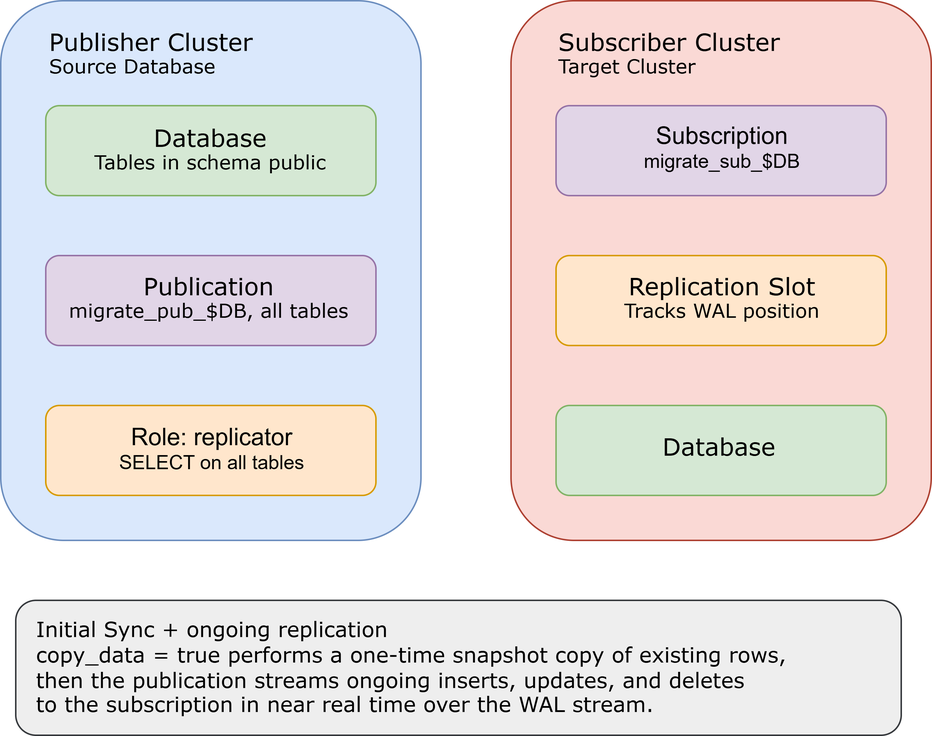
Before: images/wal-replication.png, a diagram exported from draw.io (NavsagardeepS/postgresql-wal-replication). Source tidied: cells renumbered, new cells last; positions are measured from the earlier drawing's top-left corner, leaving out a move shared by most shapes.
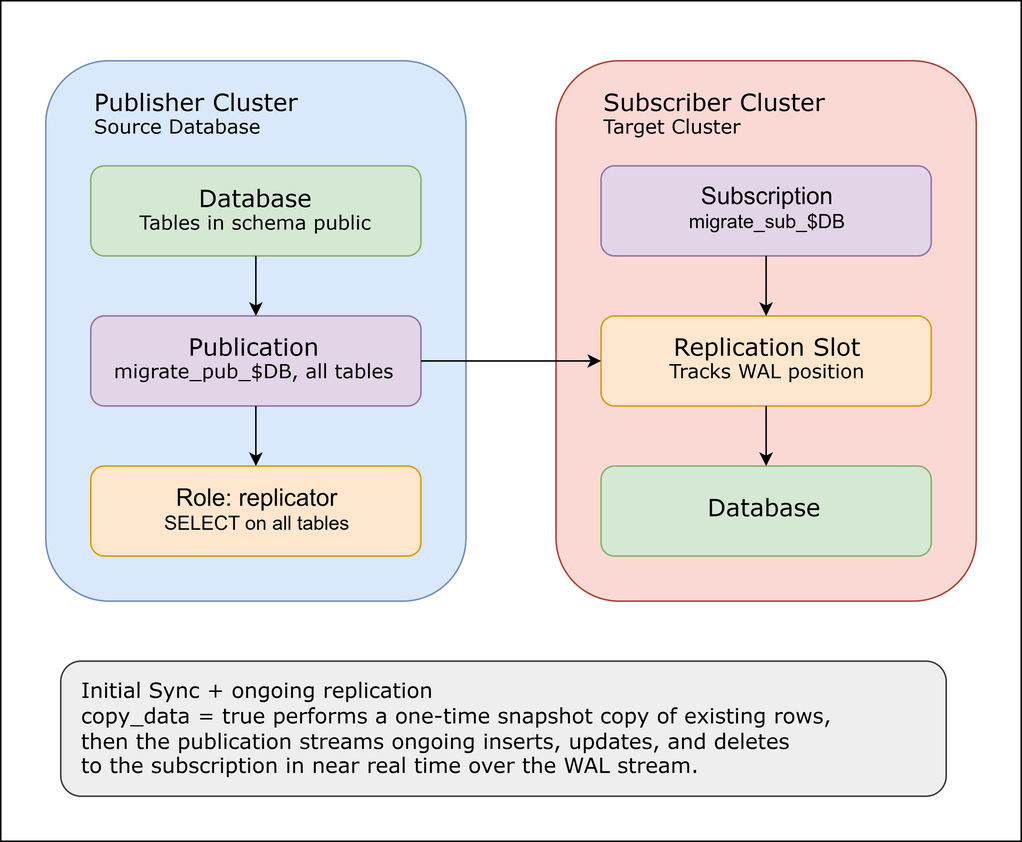
After the commit.

Change to the diagram source:
```diff
@@ -2,6 +2,9 @@
   <root>
     <mxCell id="0" />
     <mxCell id="1" parent="0" />
+    <mxCell id="20" style="rounded=0;whiteSpace=wrap;html=1;" parent="1" vertex="1">
+      <mxGeometry x="-30" y="-40" width="680" height="560" as="geometry" />
+    </mxCell>
     <mxCell id="2" style="rounded=1;whiteSpace=wrap;html=1;fillColor=#dae8fc;strokeColor=#6c8ebf;" parent="1" vertex="1">
       <mxGeometry width="280" height="360" as="geometry" />
     </mxCell>
@@ -56,5 +59,35 @@
     <mxCell id="19" value="&lt;font style=&quot;font-size: 14px;&quot; face=&quot;Verdana&quot;&gt;Initial Sync + ongoing replication&lt;/font&gt;&lt;div&gt;&lt;font style=&quot;font-size: 14px;&quot; face=&quot;Verdana&quot;&gt;copy_data = true performs a one-time snapshot copy of existing rows,&lt;/font&gt;&lt;/div&gt;&lt;div&gt;&lt;font style=&quot;font-size: 14px;&quot; face=&quot;Verdana&quot;&gt;then the publication streams ongoing inserts, updates, and deletes&amp;nbsp;&lt;/font&gt;&lt;/div&gt;&lt;div&gt;&lt;font style=&quot;font-size: 14px;&quot; face=&quot;Verdana&quot;&gt;to the subscription in near real time over the WAL stream.&lt;/font&gt;&lt;/div&gt;" style="text;html=1;whiteSpace=wrap;strokeColor=none;fillColor=none;align=left;verticalAlign=middle;rounded=0;" parent="1" vertex="1">
       <mxGeometry x="22" y="400" width="508" height="90" as="geometry" />
     </mxCell>
+    <mxCell id="21" style="endArrow=classic;html=1;rounded=0;" parent="1" edge="1">
+      <mxGeometry relative="1" as="geometry">
+        <mxPoint x="140" y="130" as="sourcePoint" />
+        <mxPoint x="140" y="170" as="targetPoint" />
+      </mxGeometry>
+    </mxCell>
+    <mxCell id="22" style="endArrow=classic;html=1;rounded=0;" parent="1" edge="1">
+      <mxGeometry relative="1" as="geometry">
+        <mxPoint x="140" y="230" as="sourcePoint" />
+        <mxPoint x="140" y="270" as="targetPoint" />
+      </mxGeometry>
+    </mxCell>
+    <mxCell id="23" style="endArrow=classic;html=1;rounded=0;" parent="1" edge="1">
+      <mxGeometry relative="1" as="geometry">
+        <mxPoint x="480" y="230" as="sourcePoint" />
+        <mxPoint x="480" y="270" as="targetPoint" />
+      </mxGeometry>
+    </mxCell>
+    <mxCell id="24" style="endArrow=classic;html=1;rounded=0;" parent="1" edge="1">
+      <mxGeometry relative="1" as="geometry">
+        <mxPoint x="480" y="130" as="sourcePoint" />
+        <mxPoint x="480" y="170" as="targetPoint" />
+      </mxGeometry>
+    </mxCell>
+    <mxCell id="25" style="endArrow=classic;html=1;rounded=0;" parent="1" edge="1">
+      <mxGeometry relative="1" as="geometry">
+        <mxPoint x="250" y="200" as="sourcePoint" />
+        <mxPoint x="370" y="200" as="targetPoint" />
+      </mxGeometry>
+    </mxCell>
   </root>
 </mxGraphModel>
```
